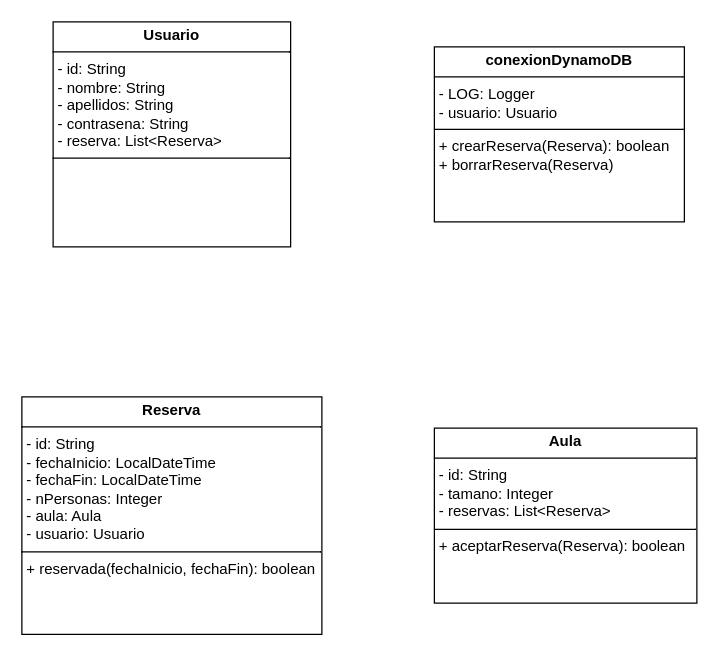
Earlier version of the draw.io diagram design/UML.drawio (mateomate1/AAD_UD06_Trabajo_G6_DynamoDB). Source tidied: cells renumbered, new cells numbered last; positions are measured from the earlier drawing's top-left corner, leaving out a move shared by most shapes. Both pictures are drawn from the tidied source at 125%, with x=0, y=0 at pixel (21, 21).
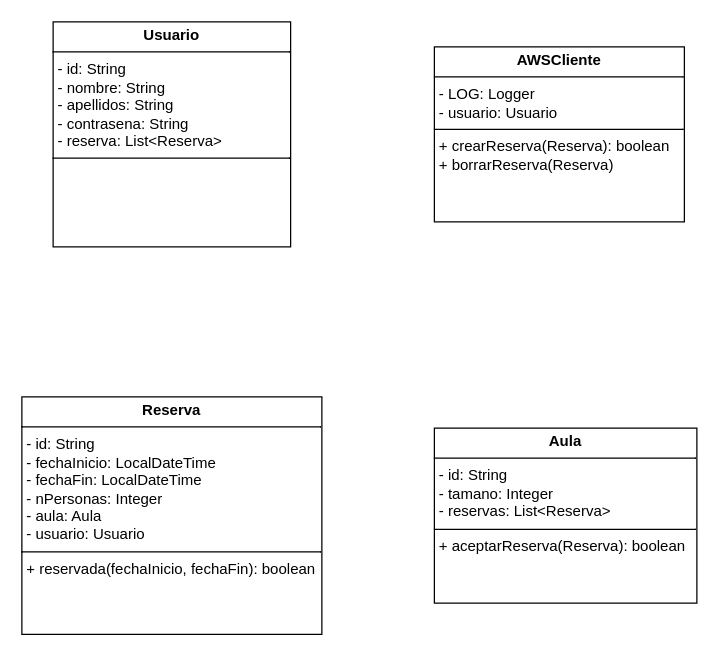
Above is the later version.

Change to the diagram source:
```diff
@@
 <mxGraphModel>
   <root>
     <mxCell id="0" />
     <mxCell id="1" parent="0" />
     <mxCell id="2" value="&lt;p style=&quot;margin:0px;margin-top:4px;text-align:center;&quot;&gt;&lt;b&gt;Usuario&lt;/b&gt;&lt;/p&gt;&lt;hr size=&quot;1&quot; style=&quot;border-style:solid;&quot;&gt;&lt;p style=&quot;margin:0px;margin-left:4px;&quot;&gt;- id: String&lt;/p&gt;&lt;p style=&quot;margin:0px;margin-left:4px;&quot;&gt;- nombre: String&lt;/p&gt;&lt;p style=&quot;margin:0px;margin-left:4px;&quot;&gt;- apellidos: String&lt;br&gt;&lt;/p&gt;&lt;p style=&quot;margin:0px;margin-left:4px;&quot;&gt;- contrasena: String&lt;/p&gt;&lt;p style=&quot;margin:0px;margin-left:4px;&quot;&gt;- reserva: List&amp;lt;Reserva&amp;gt;&lt;/p&gt;&lt;hr size=&quot;1&quot; style=&quot;border-style:solid;&quot;&gt;&lt;p style=&quot;margin:0px;margin-left:4px;&quot;&gt;&lt;br&gt;&lt;/p&gt;" style="verticalAlign=top;align=left;overflow=fill;html=1;whiteSpace=wrap;" parent="1" vertex="1">
       <mxGeometry x="25" width="190" height="180" as="geometry" />
     </mxCell>
     <mxCell id="3" value="&lt;p style=&quot;margin:0px;margin-top:4px;text-align:center;&quot;&gt;&lt;b&gt;Reserva&lt;/b&gt;&lt;/p&gt;&lt;hr size=&quot;1&quot; style=&quot;border-style:solid;&quot;&gt;&lt;p style=&quot;margin:0px;margin-left:4px;&quot;&gt;- id: String&lt;/p&gt;&lt;p style=&quot;margin:0px;margin-left:4px;&quot;&gt;- fechaInicio: LocalDateTime&lt;/p&gt;&lt;p style=&quot;margin:0px;margin-left:4px;&quot;&gt;- fechaFin: LocalDateTime&lt;br&gt;- nPersonas: Integer&lt;/p&gt;&lt;p style=&quot;margin:0px;margin-left:4px;&quot;&gt;- aula: Aula&lt;/p&gt;&lt;p style=&quot;margin:0px;margin-left:4px;&quot;&gt;- usuario: Usuario&lt;/p&gt;&lt;hr size=&quot;1&quot; style=&quot;border-style:solid;&quot;&gt;&lt;p style=&quot;margin:0px;margin-left:4px;&quot;&gt;+ reservada(fechaInicio, fechaFin): boolean&lt;br&gt;&lt;br&gt;&lt;/p&gt;" style="verticalAlign=top;align=left;overflow=fill;html=1;whiteSpace=wrap;" parent="1" vertex="1">
       <mxGeometry y="300" width="240" height="190" as="geometry" />
     </mxCell>
     <mxCell id="4" value="&lt;p style=&quot;margin:0px;margin-top:4px;text-align:center;&quot;&gt;&lt;b&gt;Aula&lt;/b&gt;&lt;/p&gt;&lt;hr size=&quot;1&quot; style=&quot;border-style:solid;&quot;&gt;&lt;p style=&quot;margin:0px;margin-left:4px;&quot;&gt;- id: String&lt;/p&gt;&lt;p style=&quot;margin:0px;margin-left:4px;&quot;&gt;- tamano: Integer&lt;/p&gt;&lt;p style=&quot;margin:0px;margin-left:4px;&quot;&gt;- reservas: List&amp;lt;Reserva&amp;gt;&lt;/p&gt;&lt;hr size=&quot;1&quot; style=&quot;border-style:solid;&quot;&gt;&lt;p style=&quot;margin:0px;margin-left:4px;&quot;&gt;+ aceptarReserva(Reserva): boolean&lt;/p&gt;" style="verticalAlign=top;align=left;overflow=fill;html=1;whiteSpace=wrap;" parent="1" vertex="1">
       <mxGeometry x="330" y="325" width="210" height="140" as="geometry" />
     </mxCell>
-    <mxCell id="5" value="&lt;p style=&quot;margin:0px;margin-top:4px;text-align:center;&quot;&gt;&lt;b&gt;conexionDynamoDB&lt;/b&gt;&lt;/p&gt;&lt;hr size=&quot;1&quot; style=&quot;border-style:solid;&quot;&gt;&lt;p style=&quot;margin:0px;margin-left:4px;&quot;&gt;- LOG: Logger&lt;/p&gt;&lt;p style=&quot;margin:0px;margin-left:4px;&quot;&gt;- usuario: Usuario&lt;/p&gt;&lt;hr size=&quot;1&quot; style=&quot;border-style:solid;&quot;&gt;&lt;p style=&quot;margin: 0px 0px 0px 4px;&quot;&gt;+ crearReserva(Reserva): boolean&lt;/p&gt;&lt;p style=&quot;margin: 0px 0px 0px 4px;&quot;&gt;+ borrarReserva(Reserva)&lt;/p&gt;" style="verticalAlign=top;align=left;overflow=fill;html=1;whiteSpace=wrap;" parent="1" vertex="1">
+    <mxCell id="5" value="&lt;p style=&quot;margin:0px;margin-top:4px;text-align:center;&quot;&gt;&lt;b&gt;AWSCliente&lt;/b&gt;&lt;/p&gt;&lt;hr size=&quot;1&quot; style=&quot;border-style:solid;&quot;&gt;&lt;p style=&quot;margin:0px;margin-left:4px;&quot;&gt;- LOG: Logger&lt;/p&gt;&lt;p style=&quot;margin:0px;margin-left:4px;&quot;&gt;- usuario: Usuario&lt;/p&gt;&lt;hr size=&quot;1&quot; style=&quot;border-style:solid;&quot;&gt;&lt;p style=&quot;margin: 0px 0px 0px 4px;&quot;&gt;+ crearReserva(Reserva): boolean&lt;/p&gt;&lt;p style=&quot;margin: 0px 0px 0px 4px;&quot;&gt;+ borrarReserva(Reserva)&lt;/p&gt;" style="verticalAlign=top;align=left;overflow=fill;html=1;whiteSpace=wrap;" parent="1" vertex="1">
       <mxGeometry x="330" y="20" width="200" height="140" as="geometry" />
     </mxCell>
   </root>
 </mxGraphModel>
```
